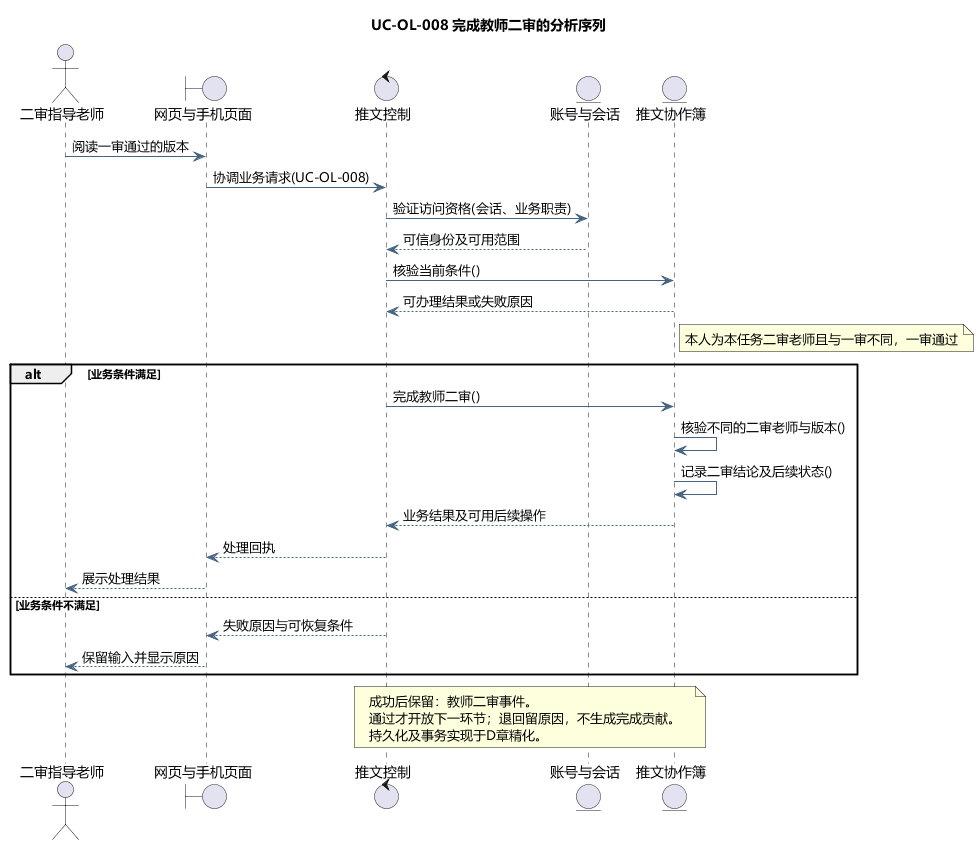
tccc1csu/miniprogram-csu keeps this PlantUML diagram as docs/diagrams/analysis/seq-uc-ol-008.png. Above is the earlier version. Source of this version:
```plantuml
@startuml
skinparam defaultFontName Microsoft YaHei
skinparam shadowing false
skinparam backgroundColor #FFFFFF
skinparam ArrowColor #466482
skinparam classAttributeIconSize 0
hide empty members
title UC-OL-008 完成教师二审的分析序列
actor "二审指导老师" as actor
boundary "网页与手机页面" as page
control "推文控制" as ctl
entity "账号与会话" as identity
entity "推文协作簿" as model
actor -> page : 阅读一审通过的版本
page -> ctl : 协调业务请求(UC-OL-008)
ctl -> identity : 验证访问资格(会话、业务职责)
identity --> ctl : 可信身份及可用范围
ctl -> model : 核验当前条件()
model --> ctl : 可办理结果或失败原因
note right of model
本人为本任务二审老师且与一审不同，一审通过
end note
alt 业务条件满足
ctl -> model : 完成教师二审()
model -> model : 核验不同的二审老师与版本()
model -> model : 记录二审结论及后续状态()
model --> ctl : 业务结果及可用后续操作
ctl --> page : 处理回执
page --> actor : 展示处理结果
else 业务条件不满足
ctl --> page : 失败原因与可恢复条件
page --> actor : 保留输入并显示原因
end
note over ctl,model
成功后保留：教师二审事件。
通过才开放下一环节；退回留原因，不生成完成贡献。
持久化及事务实现于D章精化。
end note

@enduml
```
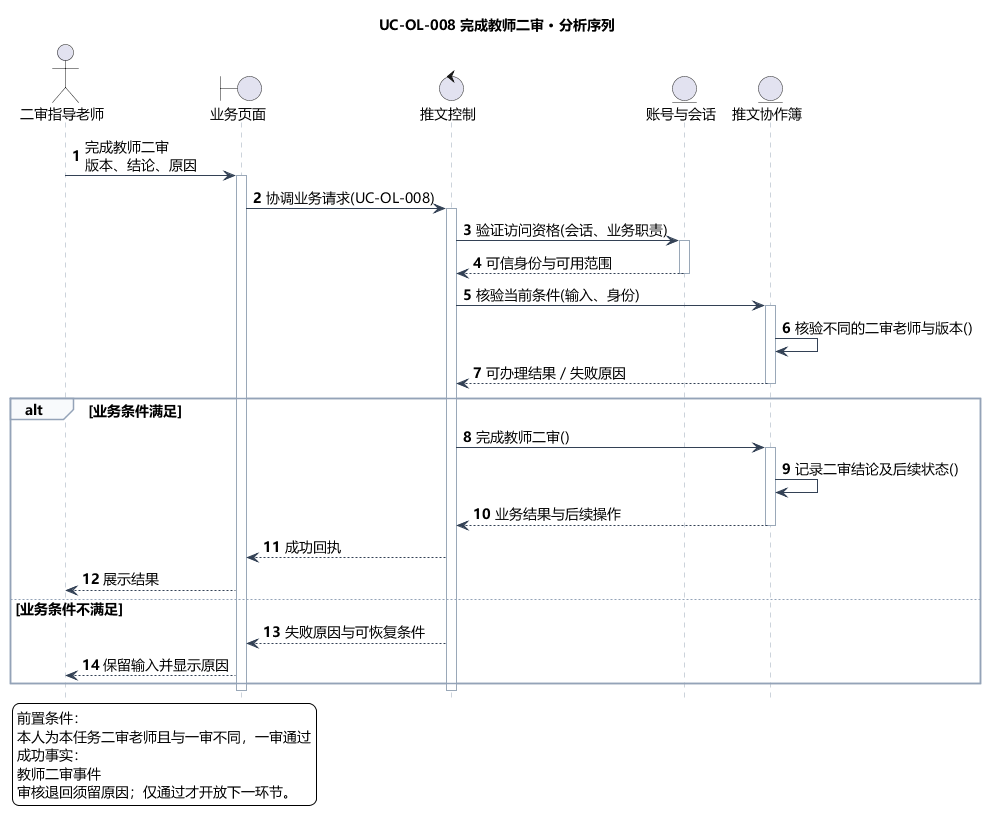
Later version of the same file.

The edit, as a diff of the source:
```diff
@@ -5,36 +5,54 @@
 skinparam ArrowColor #466482
 skinparam classAttributeIconSize 0
 hide empty members
-title UC-OL-008 完成教师二审的分析序列
+skinparam defaultFontSize 14
+skinparam sequenceLifeLineBorderColor #9AA8B8
+skinparam sequenceArrowColor #334155
+skinparam sequenceGroupBorderColor #94A3B8
+skinparam sequenceGroupBackgroundColor #F8FAFC
+skinparam sequenceParticipantPadding 18
+skinparam maxMessageSize 240
+hide footbox
+autonumber
+title UC-OL-008 完成教师二审 · 分析序列
 actor "二审指导老师" as actor
-boundary "网页与手机页面" as page
+boundary "业务页面" as page
 control "推文控制" as ctl
 entity "账号与会话" as identity
 entity "推文协作簿" as model
-actor -> page : 阅读一审通过的版本
+actor -> page : 完成教师二审\n版本、结论、原因
+activate page
 page -> ctl : 协调业务请求(UC-OL-008)
+activate ctl
 ctl -> identity : 验证访问资格(会话、业务职责)
-identity --> ctl : 可信身份及可用范围
-ctl -> model : 核验当前条件()
-model --> ctl : 可办理结果或失败原因
-note right of model
-本人为本任务二审老师且与一审不同，一审通过
-end note
+activate identity
+identity --> ctl : 可信身份与可用范围
+deactivate identity
+ctl -> model : 核验当前条件(输入、身份)
+activate model
+model -> model : 核验不同的二审老师与版本()
+model --> ctl : 可办理结果／失败原因
+deactivate model
 alt 业务条件满足
 ctl -> model : 完成教师二审()
-model -> model : 核验不同的二审老师与版本()
+activate model
 model -> model : 记录二审结论及后续状态()
-model --> ctl : 业务结果及可用后续操作
-ctl --> page : 处理回执
-page --> actor : 展示处理结果
+model --> ctl : 业务结果与后续操作
+deactivate model
+ctl --> page : 成功回执
+page --> actor : 展示结果
 else 业务条件不满足
 ctl --> page : 失败原因与可恢复条件
 page --> actor : 保留输入并显示原因
 end
-note over ctl,model
-成功后保留：教师二审事件。
-通过才开放下一环节；退回留原因，不生成完成贡献。
-持久化及事务实现于D章精化。
-end note
+deactivate ctl
+deactivate page
+legend bottom left
+前置条件：
+本人为本任务二审老师且与一审不同，一审通过
+成功事实：
+教师二审事件
+审核退回须留原因；仅通过才开放下一环节。
+endlegend
 
 @enduml
```
